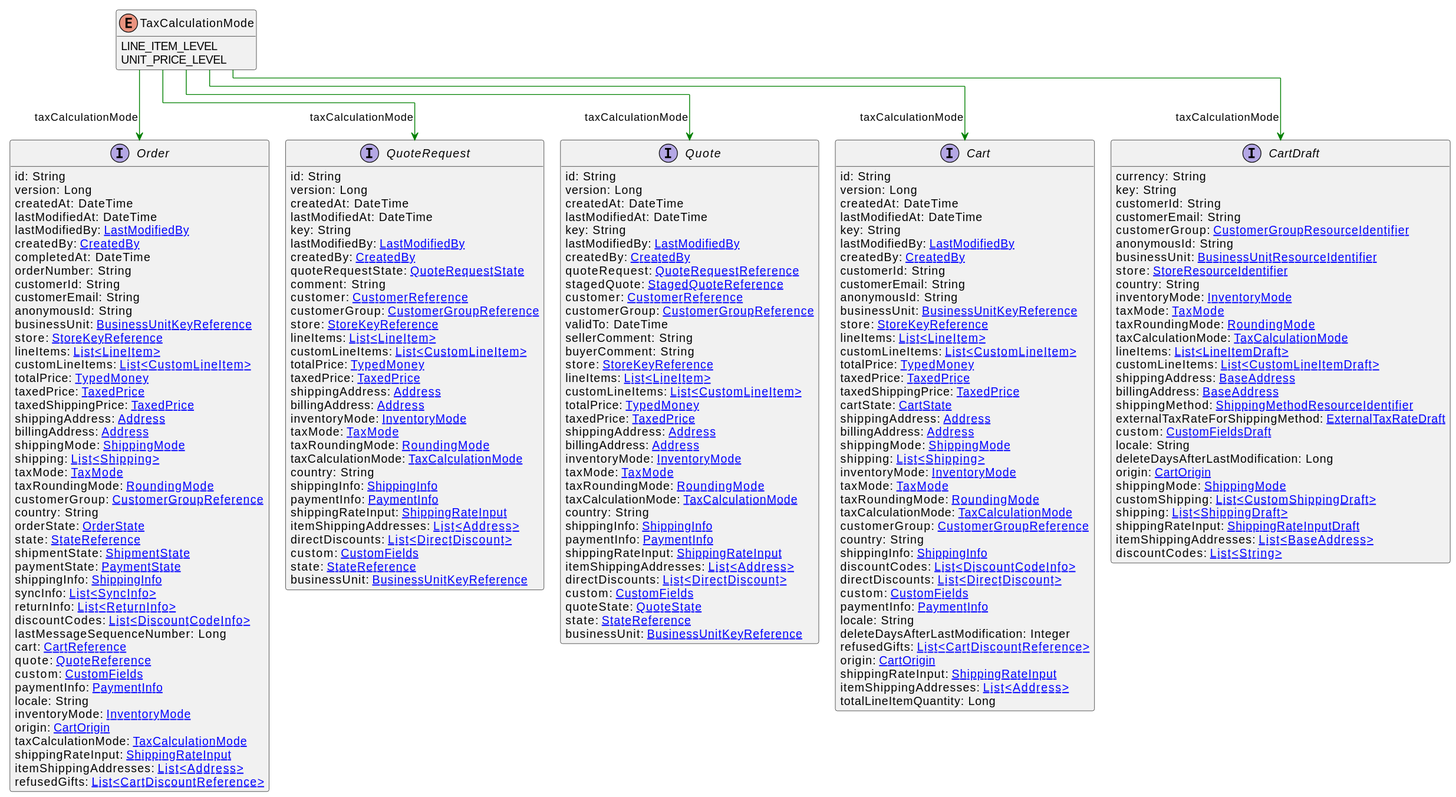
The PlantUML diagram uml/api/svg/TaxCalculationMode.svg in commercetools/commercetools-api-reference, before a commit.
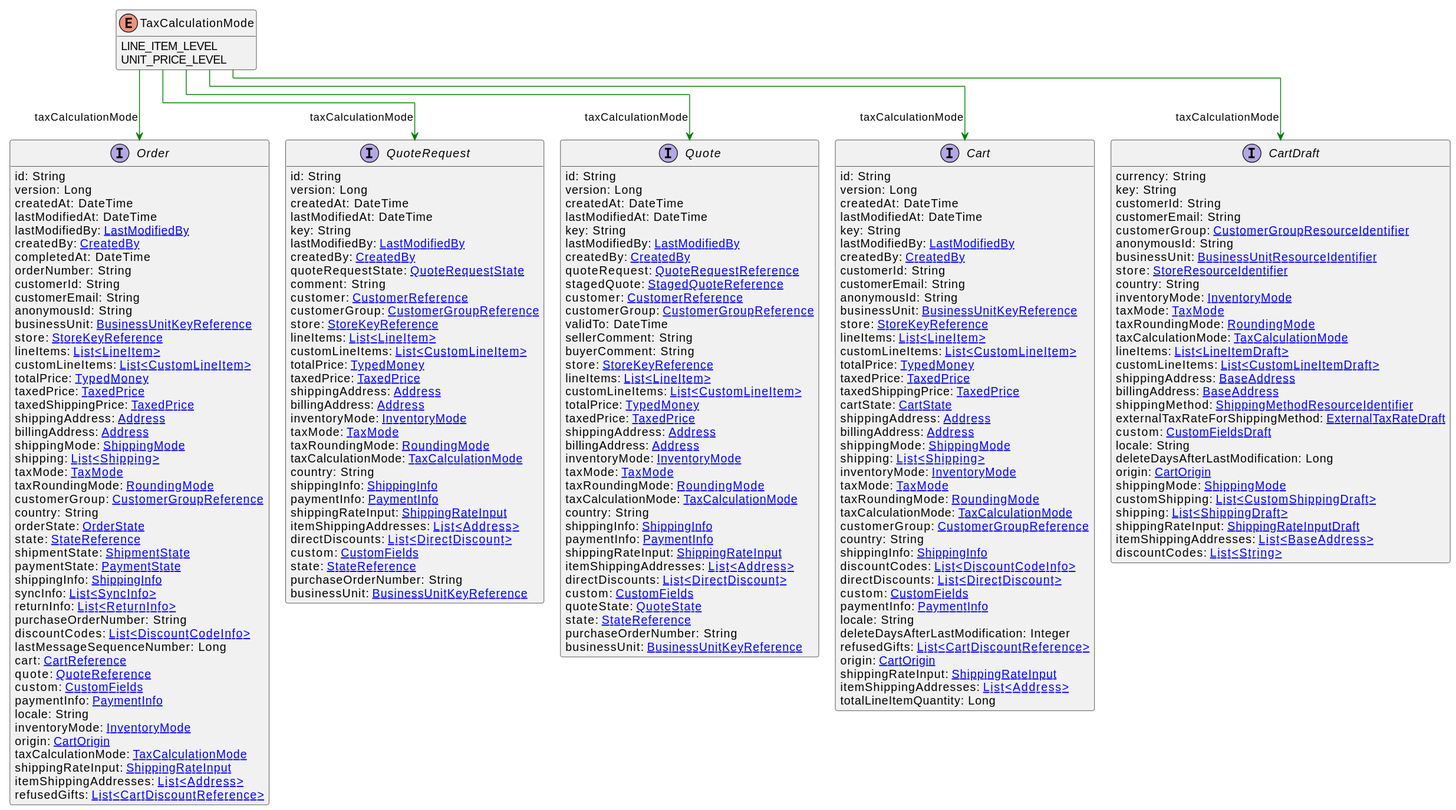
After the commit.

Change to the diagram source:
```diff
@@ -112,6 +112,7 @@
     shippingInfo: [[ShippingInfo.svg ShippingInfo]]
     syncInfo: [[SyncInfo.svg List<SyncInfo>]]
     returnInfo: [[ReturnInfo.svg List<ReturnInfo>]]
+    purchaseOrderNumber: String
     discountCodes: [[DiscountCodeInfo.svg List<DiscountCodeInfo>]]
     lastMessageSequenceNumber: Long
     cart: [[CartReference.svg CartReference]]
@@ -157,6 +158,7 @@
     directDiscounts: [[DirectDiscount.svg List<DirectDiscount>]]
     custom: [[CustomFields.svg CustomFields]]
     state: [[StateReference.svg StateReference]]
+    purchaseOrderNumber: String
     businessUnit: [[BusinessUnitKeyReference.svg BusinessUnitKeyReference]]
 }
 interface Quote [[Quote.svg]]  {
@@ -194,6 +196,7 @@
     custom: [[CustomFields.svg CustomFields]]
     quoteState: [[QuoteState.svg QuoteState]]
     state: [[StateReference.svg StateReference]]
+    purchaseOrderNumber: String
     businessUnit: [[BusinessUnitKeyReference.svg BusinessUnitKeyReference]]
 }
 TaxCalculationMode --> Cart #green;text:green : "taxCalculationMode"
```
